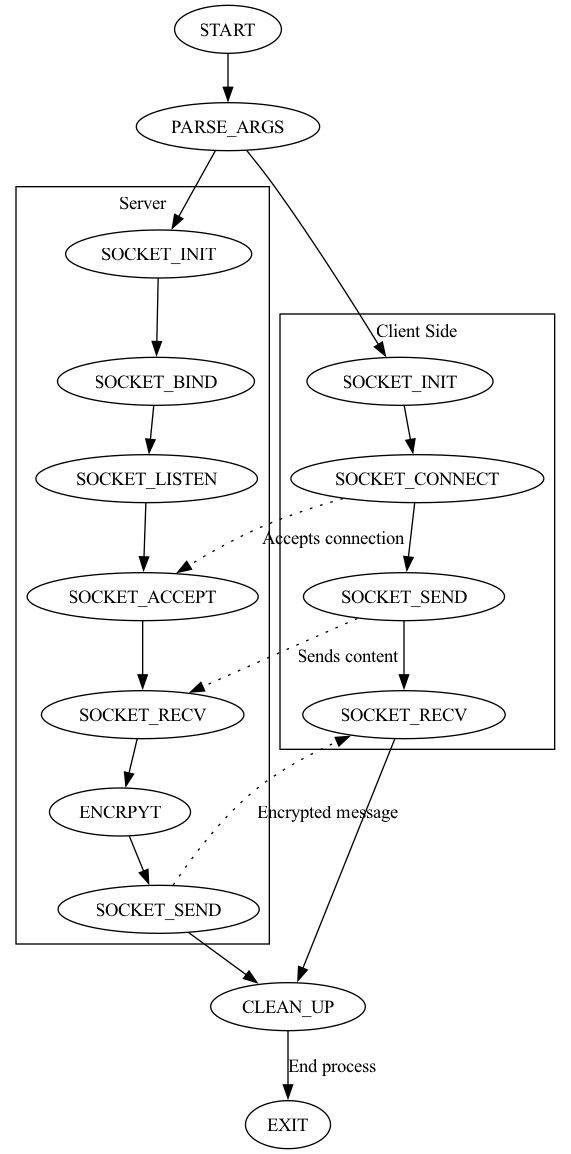
Matirix/NetworkSockets keeps this Graphviz diagram as graph.png. Above is the earlier version. Its source is kept beside it as graph.gv. Source of this version:
```dot
digraph G {
    A [label="SOCKET_INIT"]
    B [label="SOCKET_BIND"]
    C [label="SOCKET_LISTEN"]
    D [label="SOCKET_ACCEPT"]
    E [label="SOCKET_RECV"]
    F [label="SOCKET_SEND"]
    G [label="SOCKET_INIT"]
    H [label="SOCKET_CONNECT"]
    I [label="SOCKET_SEND"]
    J [label="SOCKET_RECV"]
    K [label="CLEAN_UP"]
    L [label="EXIT"]
    M [label="START"]
    N [label="PARSE_ARGS"]
    O [label="ENCRPYT"]


    subgraph cluster_server {
        label="Server"
        A -> B -> C -> D -> E -> O -> F
    }

    subgraph cluster_client {
        label="Client Side"
        G -> H -> I -> J
    }

    H -> D [label="Accepts connection", style="dotted"]
    I -> E [label="Sends content", style="dotted"]
    F -> K
    F -> J [label = "Encrypted message", style="dotted"]
    K -> L [label="End process"]


    M -> N-> {A, G}
    J -> K


}
```
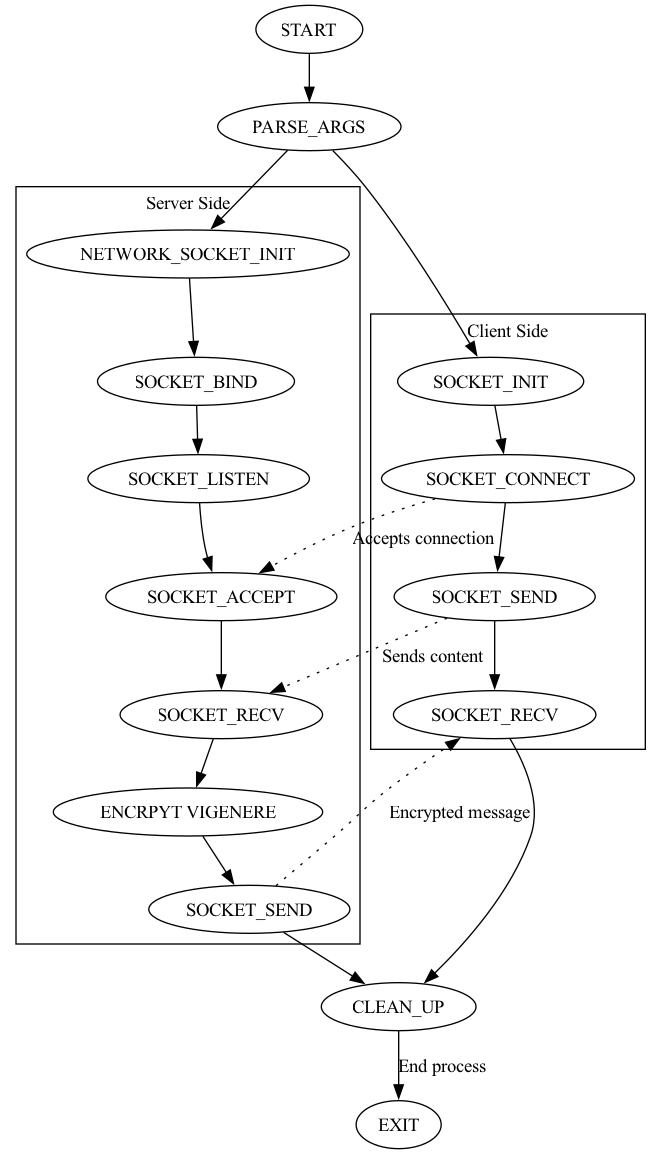
Above is the later version.

The edit, as a diff of the source:
```diff
@@ -1,5 +1,5 @@
 digraph G {
-    A [label="SOCKET_INIT"]
+    A [label="NETWORK_SOCKET_INIT"]
     B [label="SOCKET_BIND"]
     C [label="SOCKET_LISTEN"]
     D [label="SOCKET_ACCEPT"]
@@ -13,11 +13,11 @@
     L [label="EXIT"]
     M [label="START"]
     N [label="PARSE_ARGS"]
-    O [label="ENCRPYT"]
+    O [label="ENCRPYT VIGENERE"]
 
 
     subgraph cluster_server {
-        label="Server"
+        label="Server Side"
         A -> B -> C -> D -> E -> O -> F
     }
 
```
